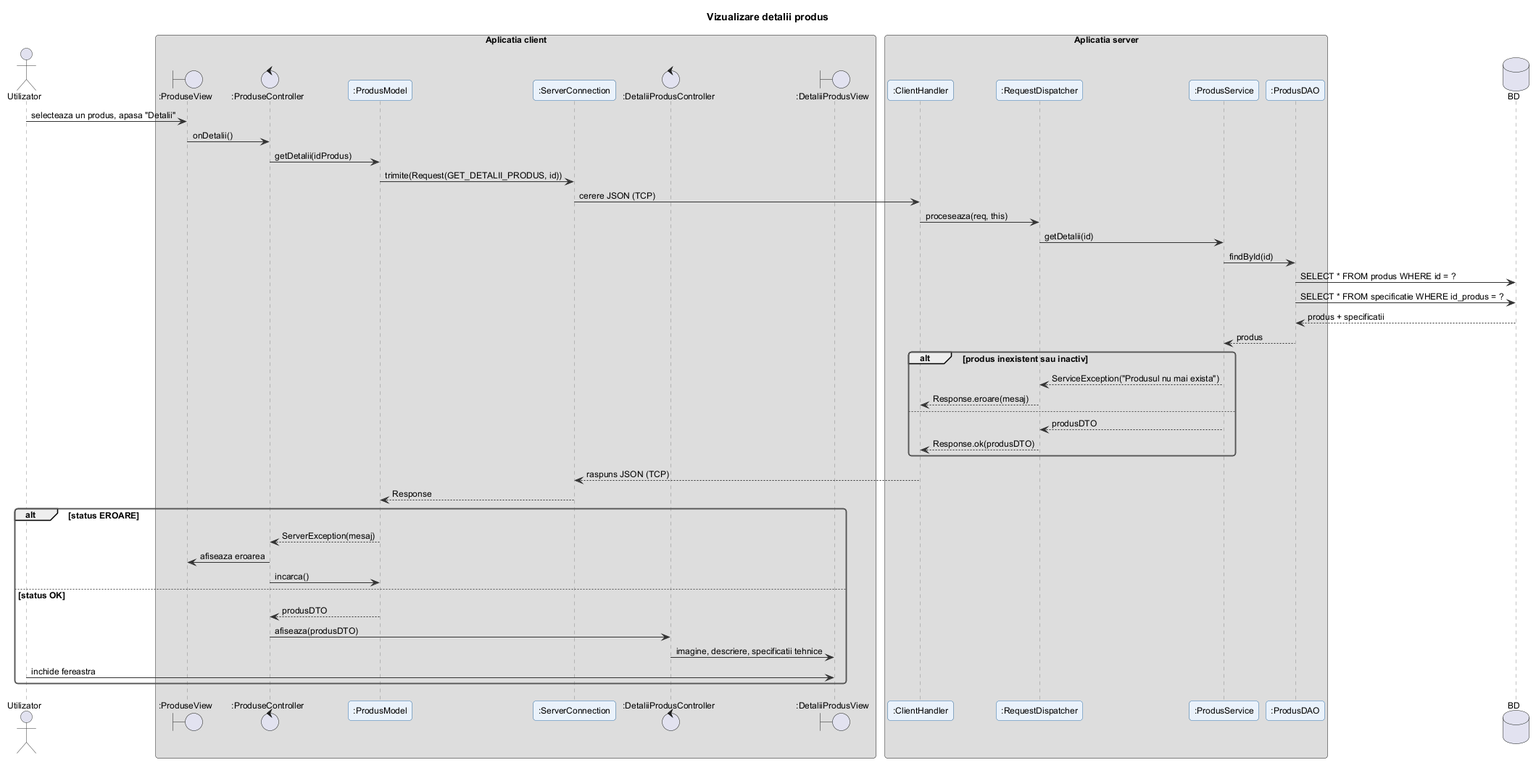
filip-eanu/ProiectIS keeps this PlantUML diagram as docs/diagrame/6_secventa/vizualizare_detalii_produs.png. Above is the earlier version.
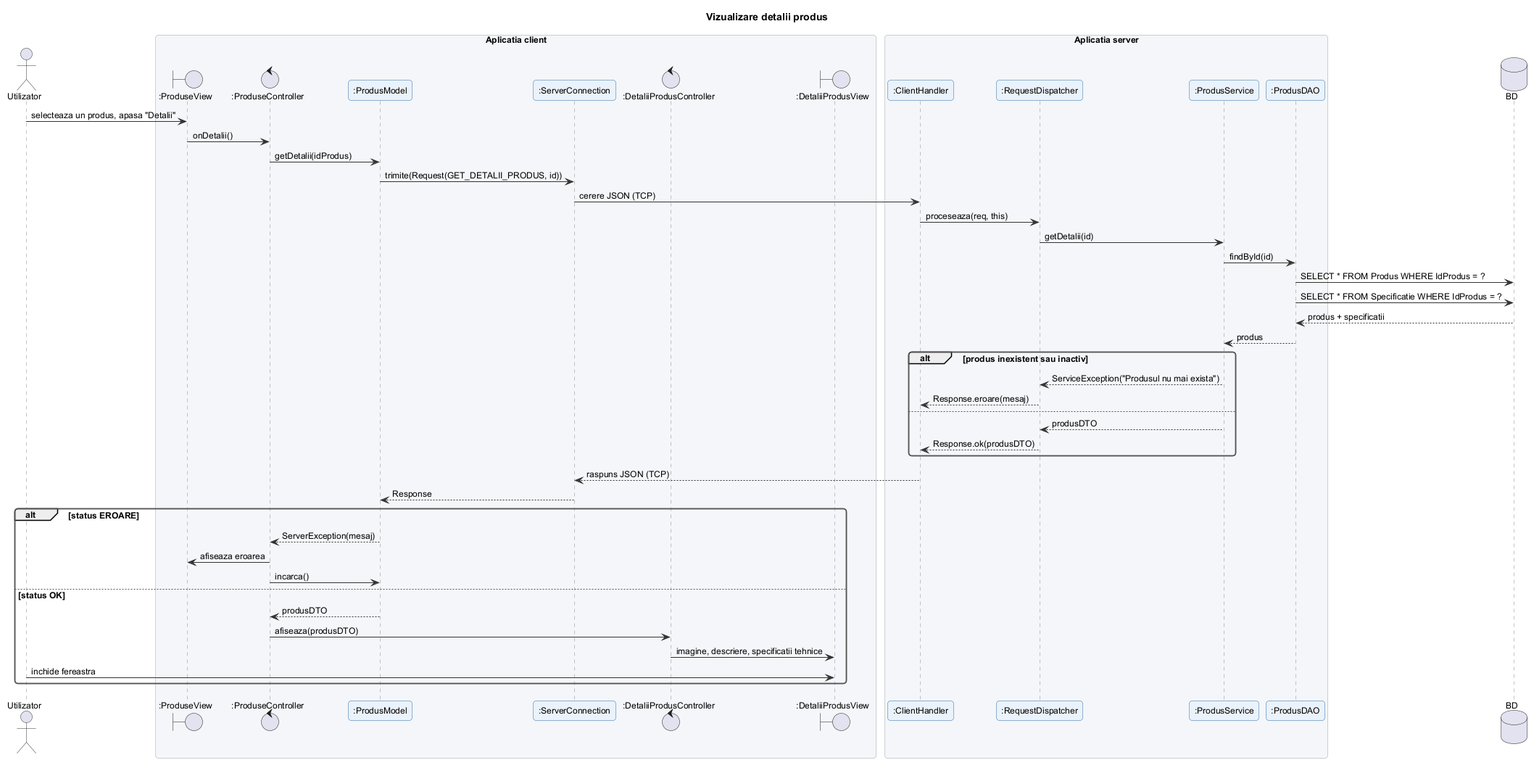
After the change.

What changed in the source:
```diff
@@ -27,8 +27,8 @@
 CH -> RD : proceseaza(req, this)
 RD -> S : getDetalii(id)
 S -> D : findById(id)
-D -> DB : SELECT * FROM produs WHERE id = ?
-D -> DB : SELECT * FROM specificatie WHERE id_produs = ?
+D -> DB : SELECT * FROM Produs WHERE IdProdus = ?
+D -> DB : SELECT * FROM Specificatie WHERE IdProdus = ?
 DB --> D : produs + specificatii
 D --> S : produs
 alt produs inexistent sau inactiv
```
